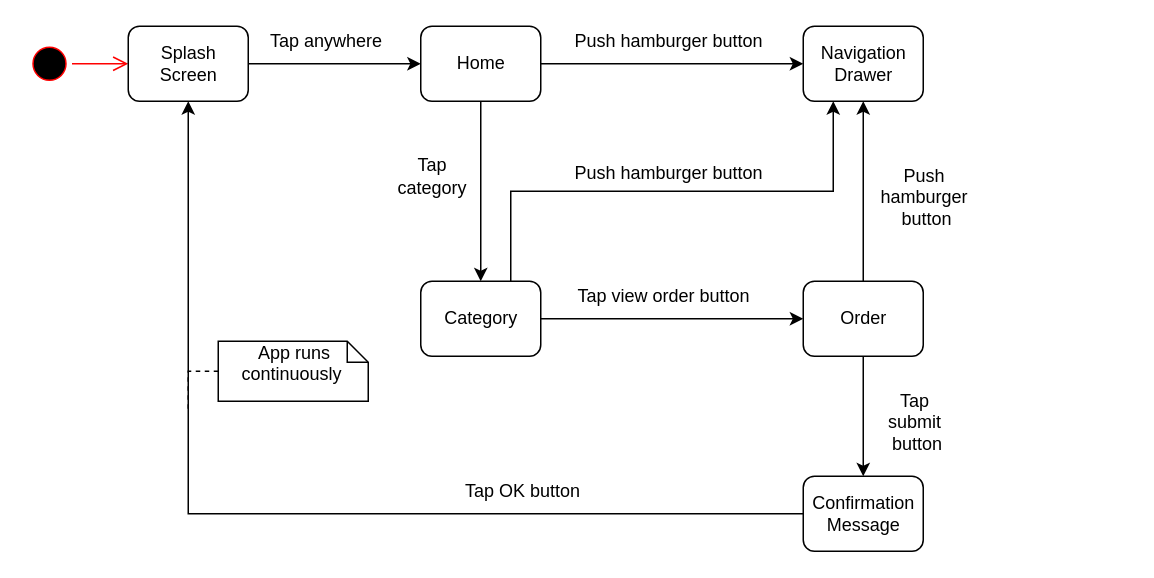
The draw.io diagram CCA-Java/src/StateChartDiagram.drawio in matthew-e-brown/COIS-2240H-FinalProject, before the edit. Source tidied: cells renumbered, new cells numbered last; positions are measured from the earlier drawing's top-left corner, leaving out a move shared by most shapes. Both pictures are drawn from the tidied source at 150%, with x=0, y=0 at pixel (26, 26).
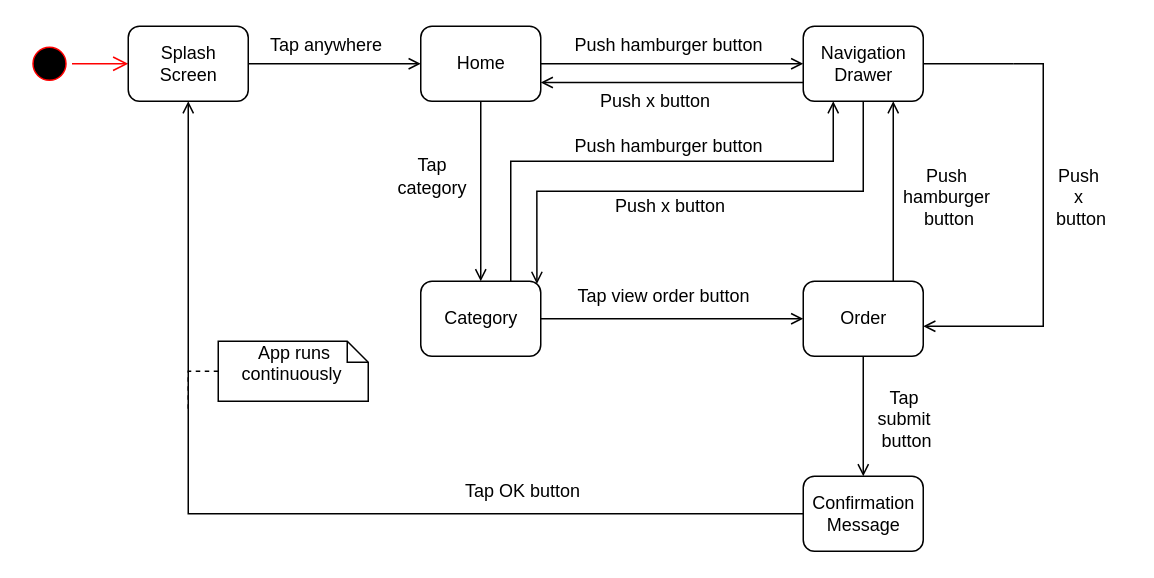
The same page after the edit.

Commit message:
Fix state chart diagram

Unchanged cells that the change refers to:
```xml
<mxCell id="4" value="Splash&lt;br&gt;Screen" style="html=1;rounded=1;" parent="1" vertex="1">
  <mxGeometry x="68" width="80" height="50" as="geometry" />
</mxCell>
<mxCell id="6" value="Home" style="html=1;rounded=1;" parent="1" vertex="1">
  <mxGeometry x="263" width="80" height="50" as="geometry" />
</mxCell>
<mxCell id="9" value="Category&lt;br&gt;" style="html=1;rounded=1;" parent="1" vertex="1">
  <mxGeometry x="263" y="170" width="80" height="50" as="geometry" />
</mxCell>
<mxCell id="10" value="Navigation&lt;br&gt;Drawer" style="html=1;rounded=1;" parent="1" vertex="1">
  <mxGeometry x="518" width="80" height="50" as="geometry" />
</mxCell>
<mxCell id="13" value="Order" style="html=1;rounded=1;" parent="1" vertex="1">
  <mxGeometry x="518" y="170" width="80" height="50" as="geometry" />
</mxCell>
<mxCell id="15" value="Confirmation&lt;br&gt;Message&lt;br&gt;" style="html=1;rounded=1;" parent="1" vertex="1">
  <mxGeometry x="518" y="300" width="80" height="50" as="geometry" />
</mxCell>
```

Change to the diagram source:
```diff
@@
-    <mxCell id="5" style="edgeStyle=orthogonalEdgeStyle;rounded=0;jettySize=auto;html=1;exitX=0.5;exitY=1;exitDx=0;exitDy=0;entryX=0.5;entryY=0;entryDx=0;entryDy=0;" parent="1" edge="1" source="6" target="9">
+    <mxCell id="5" style="edgeStyle=orthogonalEdgeStyle;rounded=0;jettySize=auto;html=1;exitX=0.5;exitY=1;exitDx=0;exitDy=0;entryX=0.5;entryY=0;entryDx=0;entryDy=0;endArrow=open;endFill=0;" parent="1" edge="1" source="6" target="9">
       <mxGeometry relative="1" as="geometry" />
     </mxCell>
+    <mxCell id="28" style="edgeStyle=orthogonalEdgeStyle;rounded=0;jettySize=auto;html=1;exitX=1;exitY=0.75;exitDx=0;exitDy=0;entryX=0;entryY=0.75;entryDx=0;entryDy=0;startArrow=open;startFill=0;endArrow=none;endFill=0;" parent="1" edge="1" source="6" target="10">
+      <mxGeometry relative="1" as="geometry" />
+    </mxCell>
@@
-    <mxCell id="7" style="edgeStyle=orthogonalEdgeStyle;rounded=0;jettySize=auto;html=1;exitX=0.75;exitY=0;exitDx=0;exitDy=0;entryX=0.25;entryY=1;entryDx=0;entryDy=0;" parent="1" edge="1" source="9" target="10">
-      <mxGeometry relative="1" as="geometry" />
+    <mxCell id="7" style="edgeStyle=orthogonalEdgeStyle;rounded=0;jettySize=auto;html=1;exitX=0.75;exitY=0;exitDx=0;exitDy=0;entryX=0.25;entryY=1;entryDx=0;entryDy=0;endArrow=open;endFill=0;" parent="1" edge="1" source="9" target="10">
+      <mxGeometry relative="1" as="geometry">
+        <Array as="points">
+          <mxPoint x="323" y="90" />
+          <mxPoint x="538" y="90" />
+        </Array>
+      </mxGeometry>
     </mxCell>
-    <mxCell id="8" style="edgeStyle=orthogonalEdgeStyle;rounded=0;jettySize=auto;html=1;exitX=1;exitY=0.5;exitDx=0;exitDy=0;entryX=0;entryY=0.5;entryDx=0;entryDy=0;" parent="1" edge="1" source="9" target="13">
+    <mxCell id="8" style="edgeStyle=orthogonalEdgeStyle;rounded=0;jettySize=auto;html=1;exitX=1;exitY=0.5;exitDx=0;exitDy=0;entryX=0;entryY=0.5;entryDx=0;entryDy=0;endArrow=open;endFill=0;" parent="1" edge="1" source="9" target="13">
       <mxGeometry relative="1" as="geometry" />
     </mxCell>
@@
+    <mxCell id="29" style="edgeStyle=orthogonalEdgeStyle;rounded=0;jettySize=auto;html=1;exitX=1;exitY=0.5;exitDx=0;exitDy=0;startArrow=none;startFill=0;endArrow=none;endFill=0;" parent="1" edge="1" source="10">
+      <mxGeometry relative="1" as="geometry">
+        <mxPoint x="658" y="25" as="targetPoint" />
+      </mxGeometry>
+    </mxCell>
+    <mxCell id="30" style="edgeStyle=orthogonalEdgeStyle;rounded=0;jettySize=auto;html=1;exitX=0.5;exitY=1;exitDx=0;exitDy=0;entryX=0.968;entryY=0.036;entryDx=0;entryDy=0;entryPerimeter=0;startArrow=none;startFill=0;endArrow=open;endFill=0;" parent="1" edge="1" source="10" target="9">
+      <mxGeometry relative="1" as="geometry" />
+    </mxCell>
@@
-    <mxCell id="11" style="edgeStyle=orthogonalEdgeStyle;rounded=0;jettySize=auto;html=1;exitX=0.5;exitY=0;exitDx=0;exitDy=0;entryX=0.5;entryY=1;entryDx=0;entryDy=0;" parent="1" edge="1" source="13" target="10">
+    <mxCell id="11" style="edgeStyle=orthogonalEdgeStyle;rounded=0;jettySize=auto;html=1;exitX=0.75;exitY=0;exitDx=0;exitDy=0;entryX=0.75;entryY=1;entryDx=0;entryDy=0;endArrow=open;endFill=0;" parent="1" edge="1" source="13" target="10">
       <mxGeometry relative="1" as="geometry" />
     </mxCell>
-    <mxCell id="12" style="edgeStyle=orthogonalEdgeStyle;rounded=0;jettySize=auto;html=1;exitX=0.5;exitY=1;exitDx=0;exitDy=0;entryX=0.5;entryY=0;entryDx=0;entryDy=0;" parent="1" edge="1" source="13" target="15">
+    <mxCell id="12" style="edgeStyle=orthogonalEdgeStyle;rounded=0;jettySize=auto;html=1;exitX=0.5;exitY=1;exitDx=0;exitDy=0;entryX=0.5;entryY=0;entryDx=0;entryDy=0;endArrow=open;endFill=0;" parent="1" edge="1" source="13" target="15">
       <mxGeometry relative="1" as="geometry" />
     </mxCell>
+    <mxCell id="31" style="edgeStyle=orthogonalEdgeStyle;rounded=0;orthogonalLoop=1;jettySize=auto;html=1;exitX=1;exitY=0.5;exitDx=0;exitDy=0;startArrow=open;startFill=0;endArrow=none;endFill=0;" parent="1" edge="1">
+      <mxGeometry relative="1" as="geometry">
+        <mxPoint x="598" y="200" as="sourcePoint" />
+        <mxPoint x="658" y="25" as="targetPoint" />
+        <Array as="points">
+          <mxPoint x="678" y="200" />
+          <mxPoint x="678" y="25" />
+        </Array>
+      </mxGeometry>
+    </mxCell>
@@
-    <mxCell id="14" style="edgeStyle=orthogonalEdgeStyle;rounded=0;jettySize=auto;html=1;exitX=0;exitY=0.5;exitDx=0;exitDy=0;entryX=0.5;entryY=1;entryDx=0;entryDy=0;" parent="1" edge="1" source="15" target="4">
+    <mxCell id="14" style="edgeStyle=orthogonalEdgeStyle;rounded=0;jettySize=auto;html=1;exitX=0;exitY=0.5;exitDx=0;exitDy=0;entryX=0.5;entryY=1;entryDx=0;entryDy=0;endArrow=open;endFill=0;" parent="1" edge="1" source="15" target="4">
       <mxGeometry relative="1" as="geometry" />
     </mxCell>
@@
-    <mxCell id="16" style="endArrow=classic;html=1;exitX=1;exitY=0.5;exitDx=0;exitDy=0;entryX=0;entryY=0.5;entryDx=0;entryDy=0;" parent="1" edge="1" source="4" target="6">
+    <mxCell id="16" style="endArrow=open;html=1;exitX=1;exitY=0.5;exitDx=0;exitDy=0;entryX=0;entryY=0.5;entryDx=0;entryDy=0;endFill=0;" parent="1" edge="1" source="4" target="6">
       <mxGeometry relative="1" as="geometry" />
     </mxCell>
-    <mxCell id="17" style="endArrow=classic;html=1;exitX=1;exitY=0.5;exitDx=0;exitDy=0;" parent="1" edge="1" source="6" target="10">
+    <mxCell id="17" style="endArrow=open;html=1;exitX=1;exitY=0.5;exitDx=0;exitDy=0;endFill=0;" parent="1" edge="1" source="6" target="10">
       <mxGeometry relative="1" as="geometry" />
     </mxCell>
-    <mxCell id="18" value="Tap anywhere" style="text;html=1;align=left;verticalAlign=top;spacingTop=-4;" parent="1" vertex="1">
-      <mxGeometry x="160.5" width="90" height="20" as="geometry" />
+    <mxCell id="18" value="Tap anywhere" style="text;html=1;align=left;verticalAlign=top;spacingTop=-4;fillColor=none;" parent="1" vertex="1">
+      <mxGeometry x="160.5" y="3" width="90" height="20" as="geometry" />
     </mxCell>
     <mxCell id="19" value="Push hamburger button" style="text;html=1;align=left;verticalAlign=top;spacingTop=-4;" parent="1" vertex="1">
-      <mxGeometry x="364" width="140" height="20" as="geometry" />
+      <mxGeometry x="364" y="3" width="140" height="20" as="geometry" />
     </mxCell>
@@
     <mxCell id="21" value="Push hamburger button" style="text;html=1;align=left;verticalAlign=top;spacingTop=-4;" parent="1" vertex="1">
-      <mxGeometry x="364" y="88" width="140" height="20" as="geometry" />
+      <mxGeometry x="364" y="70" width="140" height="20" as="geometry" />
     </mxCell>
     <mxCell id="22" value="&lt;div style=&quot;text-align: center&quot;&gt;&lt;span&gt;Push&amp;nbsp;&lt;/span&gt;&lt;/div&gt;&lt;div style=&quot;text-align: center&quot;&gt;&lt;span&gt;hamburger&amp;nbsp;&lt;/span&gt;&lt;/div&gt;&lt;div style=&quot;text-align: center&quot;&gt;&lt;span&gt;button&lt;/span&gt;&lt;/div&gt;" style="text;html=1;align=left;verticalAlign=top;spacingTop=-4;" parent="1" vertex="1">
-      <mxGeometry x="568" y="90" width="80" height="40" as="geometry" />
+      <mxGeometry x="583" y="90" width="80" height="40" as="geometry" />
     </mxCell>
     <mxCell id="23" value="&lt;div style=&quot;text-align: center&quot;&gt;&lt;span&gt;Tap&amp;nbsp;&lt;/span&gt;&lt;/div&gt;&lt;div style=&quot;text-align: center&quot;&gt;&lt;span&gt;submit&amp;nbsp;&lt;/span&gt;&lt;/div&gt;&lt;div style=&quot;text-align: center&quot;&gt;&lt;span&gt;button&lt;/span&gt;&lt;/div&gt;" style="text;html=1;align=left;verticalAlign=top;spacingTop=-4;" parent="1" vertex="1">
-      <mxGeometry x="573" y="240" width="50" height="40" as="geometry" />
+      <mxGeometry x="566" y="238" width="50" height="40" as="geometry" />
     </mxCell>
@@
+    <mxCell id="32" value="Push x button" style="text;html=1;align=left;verticalAlign=top;spacingTop=-4;" parent="1" vertex="1">
+      <mxGeometry x="380.5" y="40" width="90" height="20" as="geometry" />
+    </mxCell>
+    <mxCell id="33" value="&lt;div style=&quot;text-align: center&quot;&gt;&lt;span&gt;Push&amp;nbsp;&lt;/span&gt;&lt;/div&gt;&lt;div style=&quot;text-align: center&quot;&gt;&lt;span&gt;x&amp;nbsp;&lt;/span&gt;&lt;/div&gt;&lt;div style=&quot;text-align: center&quot;&gt;&lt;span&gt;button&lt;/span&gt;&lt;/div&gt;" style="text;html=1;align=left;verticalAlign=top;spacingTop=-4;" parent="1" vertex="1">
+      <mxGeometry x="685" y="90" width="50" height="40" as="geometry" />
+    </mxCell>
+    <mxCell id="34" value="Push x button" style="text;html=1;align=left;verticalAlign=top;spacingTop=-4;" parent="1" vertex="1">
+      <mxGeometry x="390.5" y="110" width="90" height="20" as="geometry" />
+    </mxCell>
```
